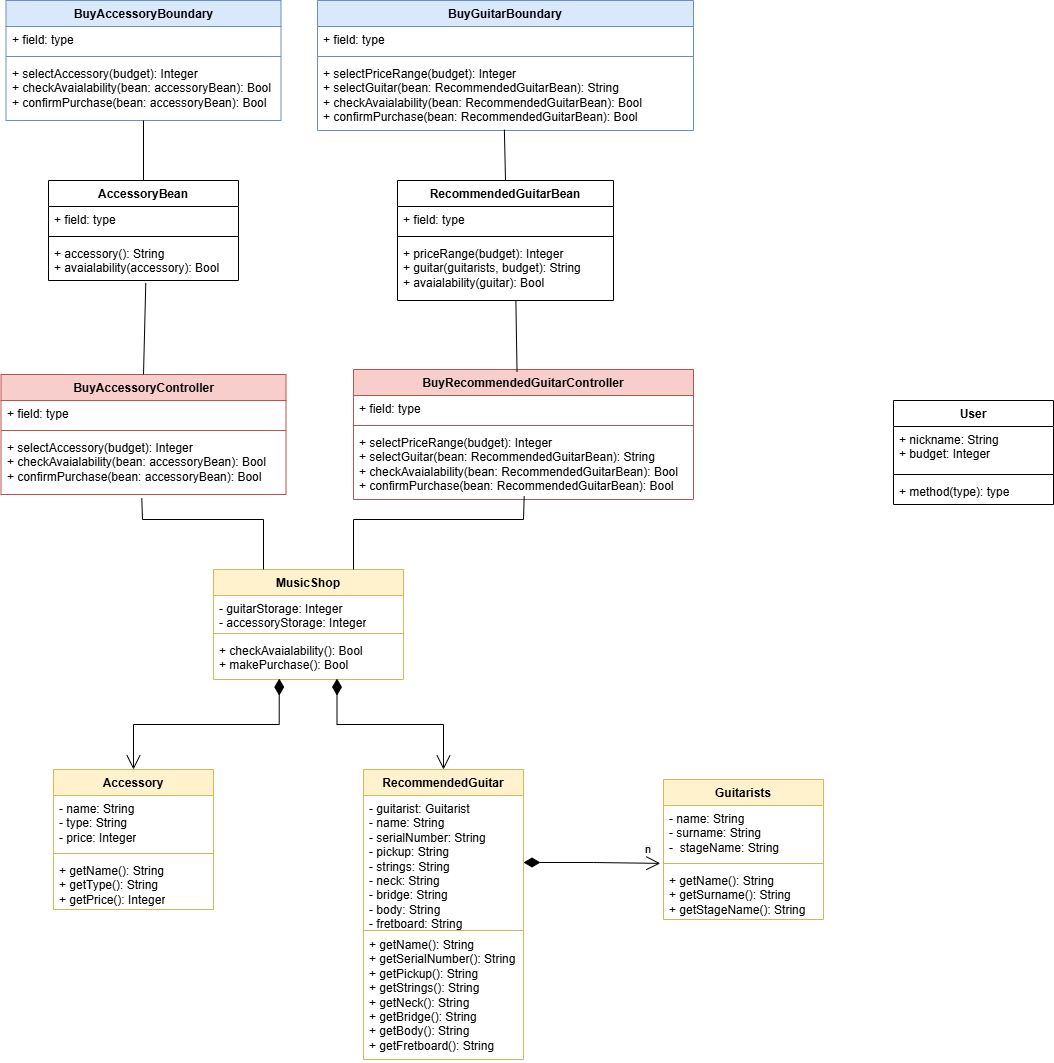
The draw.io diagram diagrams/BCEM.drawio.png in TizianoLilli/ISPW-Project, before a commit. Source tidied: cells renumbered, new cells last; positions are measured from the earlier drawing's top-left corner, leaving out a move shared by most shapes.
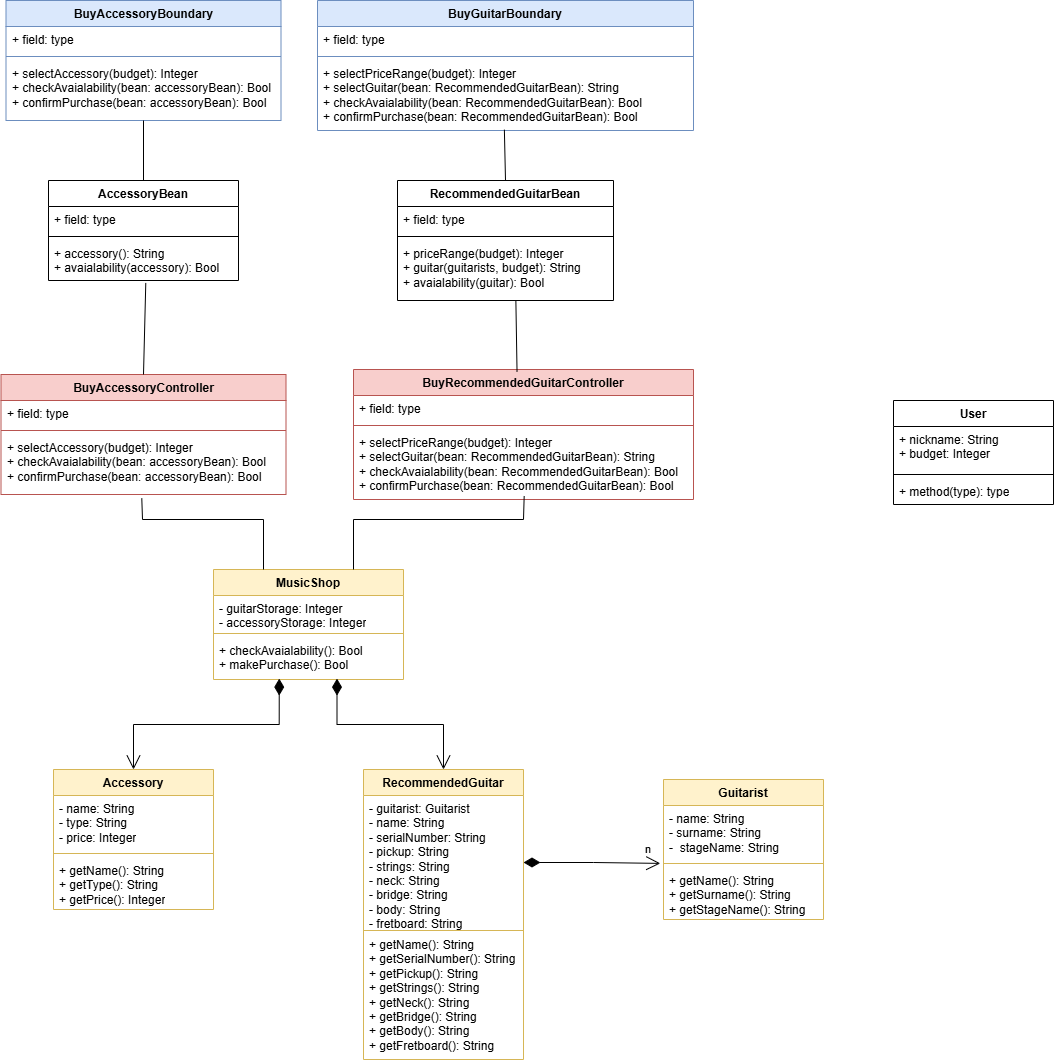
The same diagram one commit later.

The edit, as a diff of the source:
```diff
@@ -2,7 +2,7 @@
   <root>
     <mxCell id="0" />
     <mxCell id="1" parent="0" />
-    <mxCell id="2" value="Guitarists" style="swimlane;fontStyle=1;align=center;verticalAlign=top;horizontal=1;startSize=26;whiteSpace=wrap;html=1;fillColor=#fff2cc;strokeColor=#d6b656;" parent="1" vertex="1">
+    <mxCell id="2" value="Guitarist" style="swimlane;fontStyle=1;align=center;verticalAlign=top;horizontal=1;startSize=26;whiteSpace=wrap;html=1;fillColor=#fff2cc;strokeColor=#d6b656;" parent="1" vertex="1">
       <mxGeometry x="662" y="779" width="160" height="140" as="geometry" />
     </mxCell>
     <mxCell id="3" value="- name: String&lt;div&gt;- surname: String&lt;/div&gt;&lt;div&gt;-&amp;nbsp; stageName: String&lt;/div&gt;" style="text;strokeColor=none;fillColor=none;align=left;verticalAlign=top;spacingLeft=4;spacingRight=4;overflow=hidden;whiteSpace=wrap;html=1;" parent="2" vertex="1">
```
